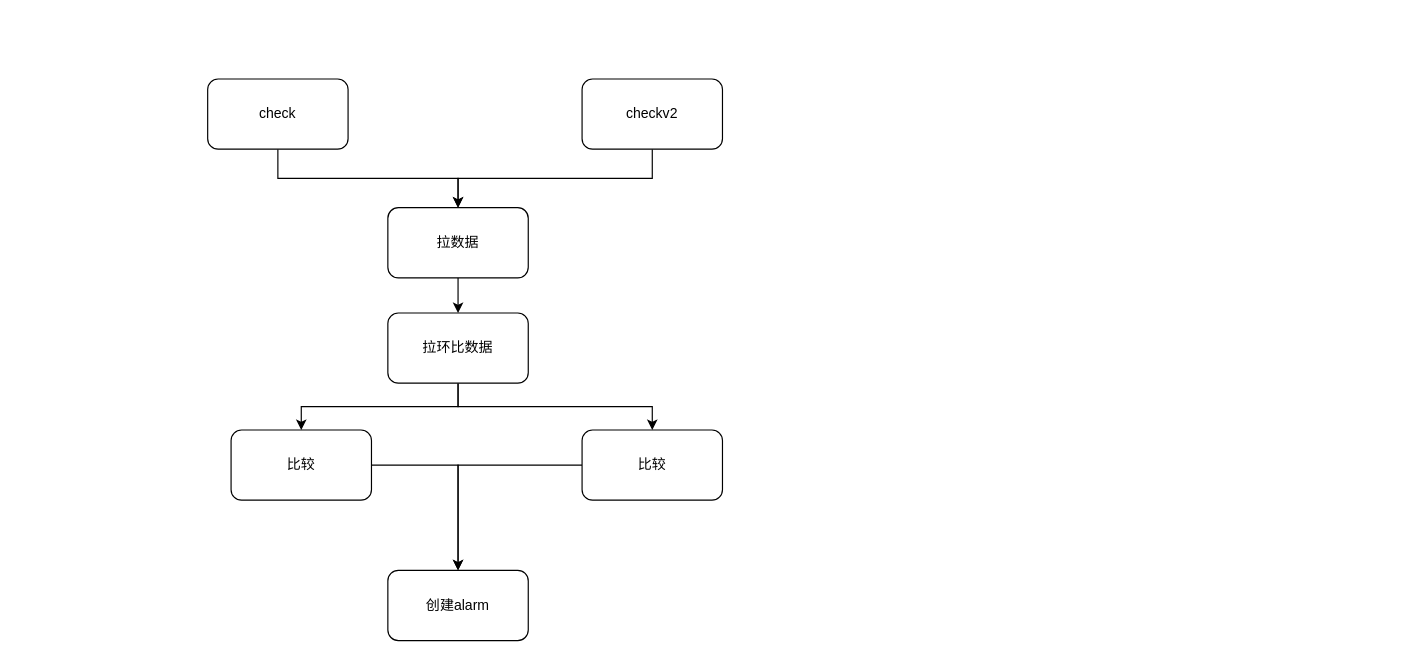
wupei-w/diagrams keeps this draw.io diagram as check逻辑.drawio. Above is the earlier version. Source tidied: cells renumbered, new cells numbered last; positions are measured from the earlier drawing's top-left corner, leaving out a move shared by most shapes. Both pictures are drawn from the tidied source at 117%, with x=0, y=0 at pixel (207, 78).
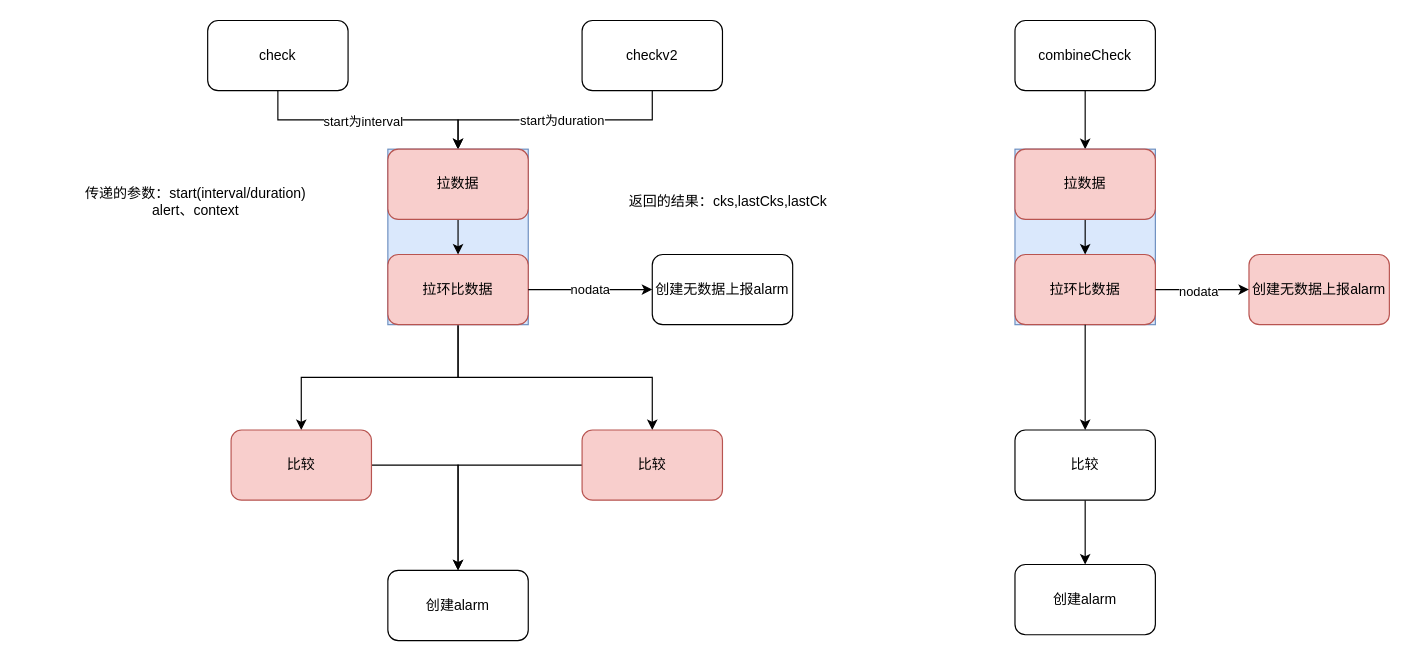
Above is the later version.

Unchanged cells that the change refers to:
```xml
<mxCell id="2" style="edgeStyle=orthogonalEdgeStyle;rounded=0;jettySize=auto;html=1;exitX=0.5;exitY=1;exitDx=0;exitDy=0;entryX=0.5;entryY=0;entryDx=0;entryDy=0;" parent="1" edge="1" source="3" target="10">
  <mxGeometry relative="1" as="geometry" />
</mxCell>
<mxCell id="4" style="edgeStyle=orthogonalEdgeStyle;rounded=0;jettySize=auto;html=1;exitX=0.5;exitY=1;exitDx=0;exitDy=0;entryX=0.5;entryY=0;entryDx=0;entryDy=0;" parent="1" edge="1" source="5" target="10">
  <mxGeometry relative="1" as="geometry" />
</mxCell>
```

Change to the diagram source:
```diff
@@
+    <mxCell id="16" value="start为interval" style="edgeLabel;html=1;align=center;verticalAlign=middle;" parent="2" vertex="1">
+      <mxGeometry x="-0.05" y="-1" relative="1" as="geometry" />
+    </mxCell>
     <mxCell id="3" value="check" style="rounded=1;whiteSpace=wrap;html=1;" parent="1" vertex="1">
-      <mxGeometry width="120" height="60" as="geometry" />
+      <mxGeometry y="-50" width="120" height="60" as="geometry" />
     </mxCell>
@@
+    <mxCell id="17" value="start为duration" style="edgeLabel;html=1;align=center;verticalAlign=middle;" parent="4" vertex="1">
+      <mxGeometry x="-0.05" relative="1" as="geometry" />
+    </mxCell>
     <mxCell id="5" value="checkv2" style="rounded=1;whiteSpace=wrap;html=1;" parent="1" vertex="1">
-      <mxGeometry x="320" width="120" height="60" as="geometry" />
+      <mxGeometry x="320" y="-50" width="120" height="60" as="geometry" />
     </mxCell>
@@
-    <mxCell id="8" value="拉环比数据" style="rounded=1;whiteSpace=wrap;html=1;" parent="1" vertex="1">
-      <mxGeometry x="154" y="200" width="120" height="60" as="geometry" />
-    </mxCell>
-    <mxCell id="9" style="edgeStyle=orthogonalEdgeStyle;rounded=0;jettySize=auto;html=1;" parent="1" edge="1" source="10" target="8">
-      <mxGeometry relative="1" as="geometry" />
-    </mxCell>
-    <mxCell id="10" value="拉数据" style="rounded=1;whiteSpace=wrap;html=1;" parent="1" vertex="1">
-      <mxGeometry x="154" y="110" width="120" height="60" as="geometry" />
-    </mxCell>
@@
-    <mxCell id="12" value="比较" style="rounded=1;whiteSpace=wrap;html=1;" parent="1" vertex="1">
+    <mxCell id="12" value="比较" style="rounded=1;whiteSpace=wrap;html=1;fillColor=#f8cecc;strokeColor=#b85450;" parent="1" vertex="1">
       <mxGeometry x="20" y="300" width="120" height="60" as="geometry" />
     </mxCell>
@@
-    <mxCell id="14" value="比较" style="rounded=1;whiteSpace=wrap;html=1;" parent="1" vertex="1">
+    <mxCell id="14" value="比较" style="rounded=1;whiteSpace=wrap;html=1;fillColor=#f8cecc;strokeColor=#b85450;" parent="1" vertex="1">
       <mxGeometry x="320" y="300" width="120" height="60" as="geometry" />
     </mxCell>
@@
+    <mxCell id="18" value="传递的参数：start(interval/duration)&lt;br&gt;alert、context" style="text;html=1;strokeColor=none;fillColor=none;align=center;verticalAlign=middle;whiteSpace=wrap;rounded=0;" parent="1" vertex="1">
+      <mxGeometry x="-160" y="90" width="300" height="30" as="geometry" />
+    </mxCell>
+    <mxCell id="19" value="返回的结果：cks,lastCks,lastCk" style="text;html=1;strokeColor=none;fillColor=none;align=center;verticalAlign=middle;whiteSpace=wrap;rounded=0;" parent="1" vertex="1">
+      <mxGeometry x="300" y="90" width="290" height="30" as="geometry" />
+    </mxCell>
+    <mxCell id="20" style="group;fillColor=#dae8fc;strokeColor=#6c8ebf;" parent="1" vertex="1">
+      <mxGeometry x="154" y="60" width="120" height="150" as="geometry" />
+    </mxCell>
+    <mxCell id="8" value="拉环比数据" style="rounded=1;whiteSpace=wrap;html=1;fillColor=#f8cecc;strokeColor=#b85450;" parent="20" vertex="1">
+      <mxGeometry y="90" width="120" height="60" as="geometry" />
+    </mxCell>
+    <mxCell id="9" style="edgeStyle=orthogonalEdgeStyle;rounded=0;jettySize=auto;html=1;" parent="20" edge="1" source="10" target="8">
+      <mxGeometry relative="1" as="geometry" />
+    </mxCell>
+    <mxCell id="10" value="拉数据" style="rounded=1;whiteSpace=wrap;html=1;fillColor=#f8cecc;strokeColor=#b85450;" parent="20" vertex="1">
+      <mxGeometry width="120" height="60" as="geometry" />
+    </mxCell>
+    <mxCell id="21" value="创建无数据上报alarm" style="rounded=1;whiteSpace=wrap;html=1;" parent="1" vertex="1">
+      <mxGeometry x="380" y="150" width="120" height="60" as="geometry" />
+    </mxCell>
+    <mxCell id="22" value="nodata" style="edgeStyle=orthogonalEdgeStyle;rounded=0;jettySize=auto;html=1;" parent="1" edge="1" source="8" target="21">
+      <mxGeometry relative="1" as="geometry" />
+    </mxCell>
+    <mxCell id="23" style="edgeStyle=orthogonalEdgeStyle;rounded=0;jettySize=auto;html=1;exitX=0.5;exitY=1;exitDx=0;exitDy=0;entryX=0.5;entryY=0;entryDx=0;entryDy=0;" parent="1" edge="1" source="24" target="28">
+      <mxGeometry relative="1" as="geometry" />
+    </mxCell>
+    <mxCell id="24" value="combineCheck" style="rounded=1;whiteSpace=wrap;html=1;" parent="1" vertex="1">
+      <mxGeometry x="690" y="-50" width="120" height="60" as="geometry" />
+    </mxCell>
+    <mxCell id="25" style="group;fillColor=#dae8fc;strokeColor=#6c8ebf;" parent="1" vertex="1">
+      <mxGeometry x="690" y="60" width="120" height="150" as="geometry" />
+    </mxCell>
+    <mxCell id="26" value="拉环比数据" style="rounded=1;whiteSpace=wrap;html=1;fillColor=#f8cecc;strokeColor=#b85450;" parent="25" vertex="1">
+      <mxGeometry y="90" width="120" height="60" as="geometry" />
+    </mxCell>
+    <mxCell id="27" style="edgeStyle=orthogonalEdgeStyle;rounded=0;jettySize=auto;html=1;" parent="25" edge="1" source="28" target="26">
+      <mxGeometry relative="1" as="geometry" />
+    </mxCell>
+    <mxCell id="28" value="拉数据" style="rounded=1;whiteSpace=wrap;html=1;fillColor=#f8cecc;strokeColor=#b85450;" parent="25" vertex="1">
+      <mxGeometry width="120" height="60" as="geometry" />
+    </mxCell>
+    <mxCell id="29" value="创建无数据上报alarm" style="rounded=1;whiteSpace=wrap;html=1;fillColor=#f8cecc;strokeColor=#b85450;" parent="1" vertex="1">
+      <mxGeometry x="890" y="150" width="120" height="60" as="geometry" />
+    </mxCell>
+    <mxCell id="30" style="edgeStyle=orthogonalEdgeStyle;rounded=0;jettySize=auto;html=1;" parent="1" edge="1" source="26" target="29">
+      <mxGeometry relative="1" as="geometry" />
+    </mxCell>
+    <mxCell id="31" value="nodata" style="edgeLabel;html=1;align=center;verticalAlign=middle;" parent="30" vertex="1">
+      <mxGeometry x="-0.11" y="-1" relative="1" as="geometry" />
+    </mxCell>
+    <mxCell id="32" style="edgeStyle=orthogonalEdgeStyle;rounded=0;jettySize=auto;html=1;" parent="1" edge="1" source="33" target="35">
+      <mxGeometry relative="1" as="geometry" />
+    </mxCell>
+    <mxCell id="33" value="比较" style="rounded=1;whiteSpace=wrap;html=1;" parent="1" vertex="1">
+      <mxGeometry x="690" y="300" width="120" height="60" as="geometry" />
+    </mxCell>
+    <mxCell id="34" style="edgeStyle=orthogonalEdgeStyle;rounded=0;jettySize=auto;html=1;" parent="1" edge="1" source="26" target="33">
+      <mxGeometry relative="1" as="geometry" />
+    </mxCell>
+    <mxCell id="35" value="创建alarm" style="rounded=1;whiteSpace=wrap;html=1;" parent="1" vertex="1">
+      <mxGeometry x="690" y="415" width="120" height="60" as="geometry" />
+    </mxCell>
```
